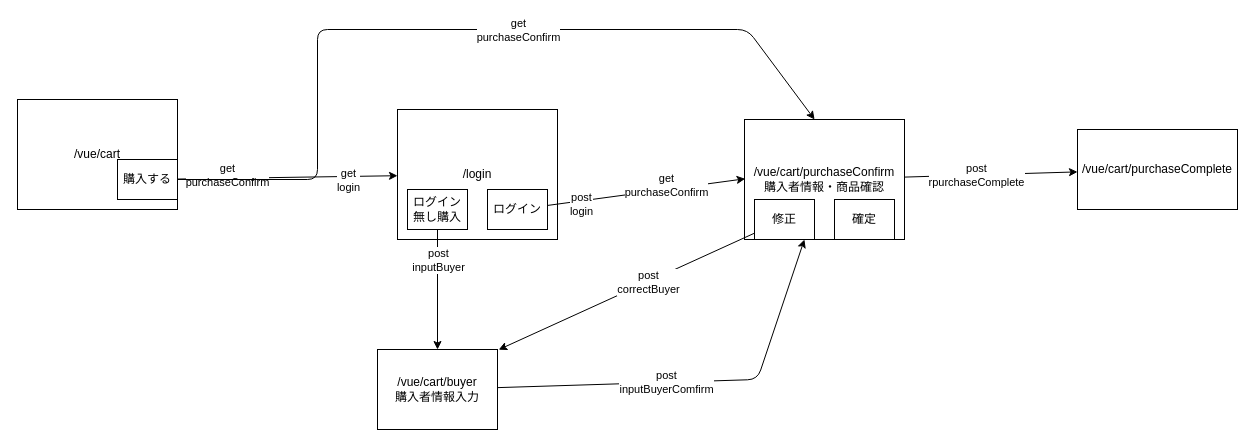
The draw.io diagram 画面遷移.drawio in ehirokatsu/ECsite, before the edit. Source tidied: cells renumbered, new cells numbered last; positions are measured from the earlier drawing's top-left corner, leaving out a move shared by most shapes. Both pictures are drawn from the tidied source at 100%, with x=0, y=0 at pixel (17, 29).
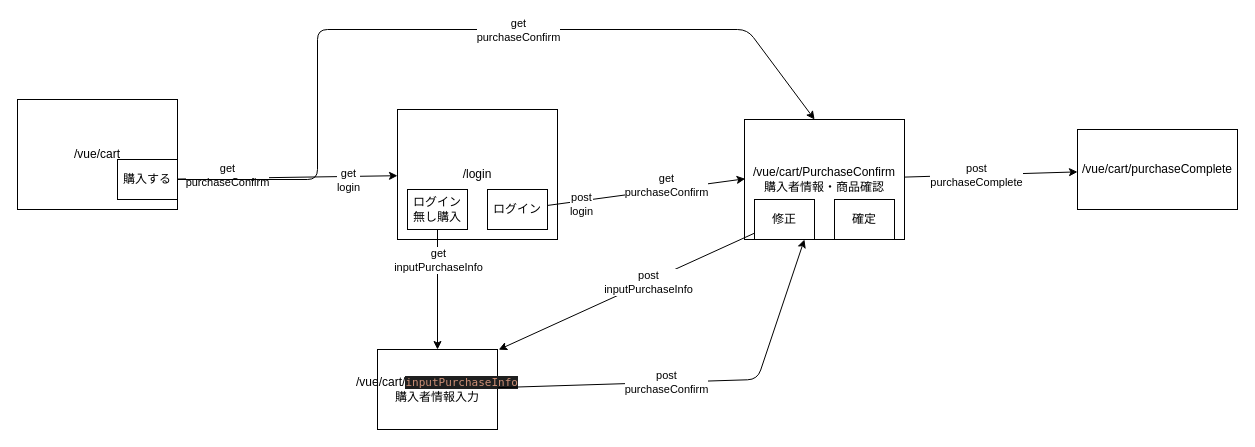
The same page after the edit.

The change refers to these unchanged cells:
```xml
<mxCell id="14" style="edgeStyle=none;jettySize=auto;html=1;" parent="1" edge="1" source="20" target="10">
  <mxGeometry relative="1" as="geometry" />
</mxCell>
<mxCell id="16" style="edgeStyle=none;jettySize=auto;html=1;" parent="1" edge="1" source="8" target="9">
  <mxGeometry relative="1" as="geometry" />
</mxCell>
<mxCell id="22" style="edgeStyle=none;jettySize=auto;html=1;entryX=1.01;entryY=0.002;entryDx=0;entryDy=0;entryPerimeter=0;" parent="1" edge="1" source="19" target="10">
  <mxGeometry relative="1" as="geometry" />
</mxCell>
<mxCell id="24" style="edgeStyle=none;jettySize=auto;html=1;" parent="1" edge="1" source="10" target="8">
  <mxGeometry relative="1" as="geometry">
    <Array as="points">
      <mxPoint x="740" y="350" />
    </Array>
  </mxGeometry>
</mxCell>
```

Diff of the diagram source:
```diff
@@
-    <mxCell id="8" value="/vue/cart/purchaseConfirm&lt;br&gt;購入者情報・商品確認" style="rounded=0;whiteSpace=wrap;html=1;" parent="1" vertex="1">
+    <mxCell id="8" value="/vue/cart/PurchaseConfirm&lt;br&gt;購入者情報・商品確認" style="rounded=0;whiteSpace=wrap;html=1;" parent="1" vertex="1">
       <mxGeometry x="727" y="90" width="160" height="120" as="geometry" />
     </mxCell>
@@
-    <mxCell id="10" value="/vue/cart/buyer&lt;br&gt;購入者情報入力" style="whiteSpace=wrap;html=1;" parent="1" vertex="1">
+    <mxCell id="10" value="/vue/cart/&lt;span style=&quot;color: rgb(206, 145, 120); background-color: rgb(31, 31, 31); font-family: Menlo, Monaco, &amp;quot;Courier New&amp;quot;, monospace; font-size: 11px;&quot;&gt;inputPurchaseInfo&lt;/span&gt;&lt;br&gt;購入者情報入力" style="whiteSpace=wrap;html=1;" parent="1" vertex="1">
       <mxGeometry x="360" y="320" width="120" height="80" as="geometry" />
     </mxCell>
@@
-    <mxCell id="15" value="post&lt;br&gt;inputBuyer" style="edgeLabel;html=1;align=center;verticalAlign=middle;" parent="14" vertex="1">
+    <mxCell id="15" value="get&lt;br&gt;inputPurchaseInfo" style="edgeLabel;html=1;align=center;verticalAlign=middle;" parent="14" vertex="1">
       <mxGeometry x="-0.17" relative="1" as="geometry">
         <mxPoint y="-20" as="offset" />
       </mxGeometry>
     </mxCell>
@@
-    <mxCell id="17" value="post&lt;br&gt;rpurchaseComplete" style="edgeLabel;html=1;align=center;verticalAlign=middle;" parent="16" vertex="1">
+    <mxCell id="17" value="post&lt;br&gt;purchaseComplete" style="edgeLabel;html=1;align=center;verticalAlign=middle;" parent="16" vertex="1">
       <mxGeometry x="-0.17" relative="1" as="geometry" />
     </mxCell>
@@
-    <mxCell id="23" value="post&lt;br&gt;correctBuyer" style="edgeLabel;html=1;align=center;verticalAlign=middle;" parent="22" vertex="1">
+    <mxCell id="23" value="post&lt;br&gt;inputPurchaseInfo" style="edgeLabel;html=1;align=center;verticalAlign=middle;" parent="22" vertex="1">
       <mxGeometry x="-0.17" relative="1" as="geometry" />
     </mxCell>
@@
-    <mxCell id="25" value="post&lt;br&gt;inputBuyerComfirm" style="edgeLabel;html=1;align=center;verticalAlign=middle;" parent="24" vertex="1">
+    <mxCell id="25" value="post&lt;br&gt;purchaseConfirm" style="edgeLabel;html=1;align=center;verticalAlign=middle;" parent="24" vertex="1">
       <mxGeometry x="-0.17" relative="1" as="geometry" />
     </mxCell>
```
